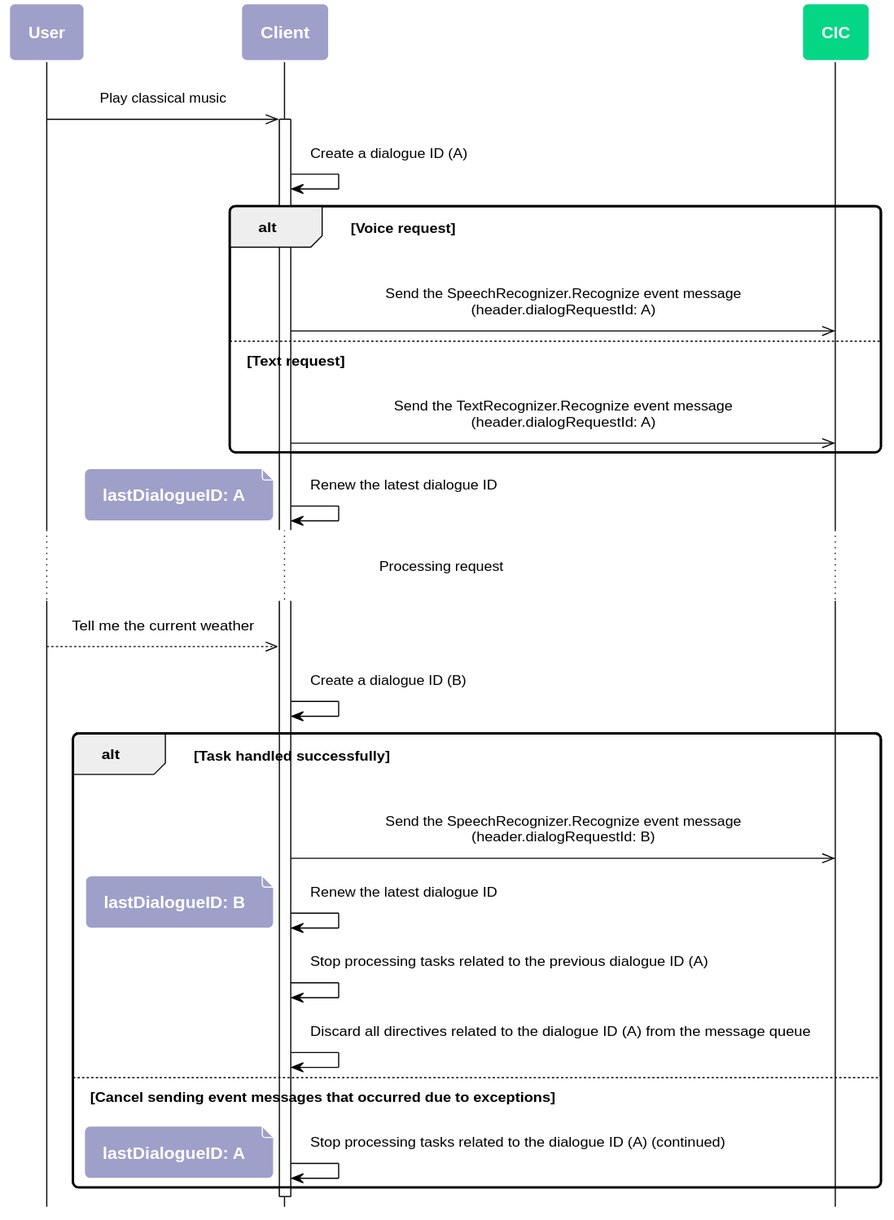
The PlantUML diagram en-KR/Develop/Assets/Images/CIC_Dialogue_ID_Creation.svg in muchokwon/clova-client-developer-guide, before a commit.
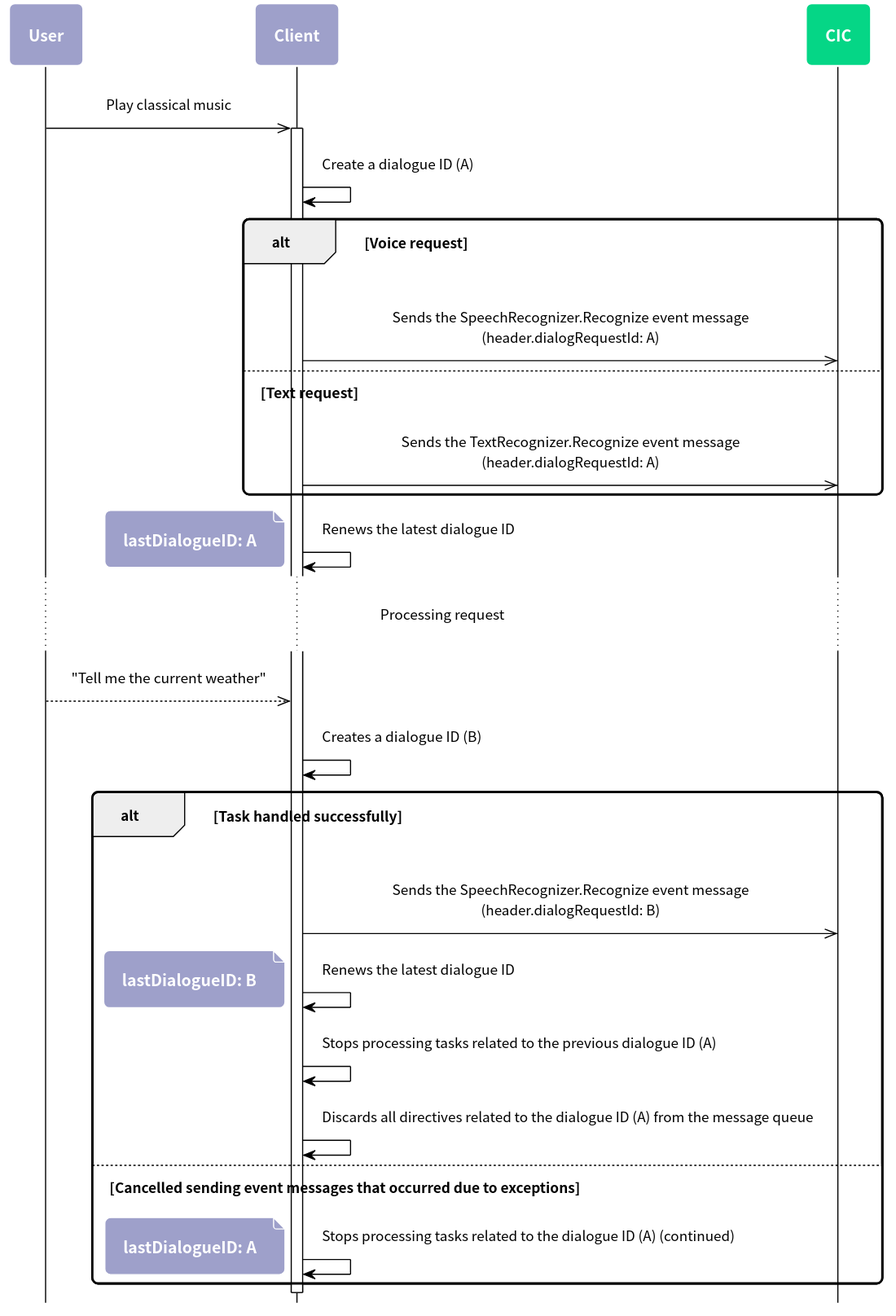
Above is the later version.

What changed in the source:
```diff
@@ -5,31 +5,49 @@
 skinparam roundcorner 10
 skinparam padding 10
 skinparam defaultFontSize 12
+skinparam defaultFontName "Noto Sans CJK KR"
+
+skinparam note {
+  BackgroundColor #9EA0CA
+  BorderColor #ffffff
+  FontColor #ffffff
+  FontSize 14
+  FontStyle bold
+}
+
 skinparam sequence {
-	ArrowColor #000000
-	ActorBorderColor #000000
-	ActorFontStyle Bolder
+  ArrowColor #000000
+  ActorBorderColor #000000
+  ActorFontStyle Bolder
 
-	LifeLineBorderColor #000000
-	LifeLineBackgroundColor transparent
-	ParticipantBorderColor transparent
-	ParticipantFontSize 14
-	ParticipantFontColor #ffffff
-	ParticipantFontStyle bold
 
-	BoxBorderColor #000000
-	BoxFontColor #ffffff
+  LifeLineBorderColor #000000
+  LifeLineBackgroundColor transparent
+  ParticipantBorderColor transparent
+  ParticipantFontSize 14
+  ParticipantFontColor #ffffff
+  ParticipantFontStyle bold
+
+  BoxBorderColor #000000
+  BoxFontColor #ffffff
     BoxFontSize 14
     BoxFontStyle bold
 }
-skinparam note {
-	BackgroundColor #9EA0CA
-	BorderColor #ffffff
-	FontColor #ffffff
-	FontSize 14
-	FontStyle bold
+hide footbox
+
+skinparam activity {
+  BackgroundColor #9EA0CA
+  BarColor #ffffff
+  BorderColor #ffffff
+  DiamondBackgroundColor #05D686
+  DiamondBorderColor #ffffff
+  DiamondFontColor #ffffff
+  DiamondFontSize 14
+  DiamondFontStyle bold
+  FontColor #ffffff
+  FontSize 14
+  FontStyle bold
 }
-hide footbox
 
 participant User as user #9EA0CA
 participant Client as client #9EA0CA
@@ -43,39 +61,39 @@
 
   alt Voice request
 
-    client ->> cic: Send the SpeechRecognizer.Recognize event message\n(header.dialogRequestId: A)
+    client ->> cic: Sends the SpeechRecognizer.Recognize event message\n(header.dialogRequestId: A)
 
   else Text request
 
-    client ->> cic: Send the TextRecognizer.Recognize event message\n(header.dialogRequestId: A)
+    client ->> cic: Sends the TextRecognizer.Recognize event message\n(header.dialogRequestId: A)
 
   end
 
-  client -> client: Renew the latest dialogue ID
+  client -> client: Renews the latest dialogue ID
 
   note left: lastDialogueID: A
 
   ... Processing request ...
 
-user -->> client: Tell me the current weather
+user -->> client: "Tell me the current weather"
 
-  client -> client: Create a dialogue ID (B)
+  client -> client: Creates a dialogue ID (B)
 
   alt Task handled successfully
 
-    client ->> cic: Send the SpeechRecognizer.Recognize event message\n(header.dialogRequestId: B)
+    client ->> cic: Sends the SpeechRecognizer.Recognize event message\n(header.dialogRequestId: B)
 
-    client -> client: Renew the latest dialogue ID
+    client -> client: Renews the latest dialogue ID
 
     note left: lastDialogueID: B
 
-    client -> client: Stop processing tasks related to the previous dialogue ID (A)
+    client -> client: Stops processing tasks related to the previous dialogue ID (A)
 
-    client -> client: Discard all directives related to the dialogue ID (A) from the message queue
+    client -> client: Discards all directives related to the dialogue ID (A) from the message queue
 
-  else Cancel sending event messages that occurred due to exceptions
+  else Cancelled sending event messages that occurred due to exceptions
 
-    client -> client: Stop processing tasks related to the dialogue ID (A) (continued)
+    client -> client: Stops processing tasks related to the dialogue ID (A) (continued)
 
     note left: lastDialogueID: A
 
```
